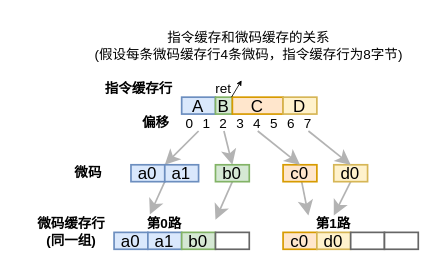
The draw.io diagram image/IC-to-UC.drawio in jensen-yan/yanyue_essay, before the edit. Source tidied: cells renumbered, new cells numbered last; positions are measured from the earlier drawing's top-left corner, leaving out a move shared by most shapes. Both pictures are drawn from the tidied source at 169%, with x=0, y=0 at pixel (29, 29).
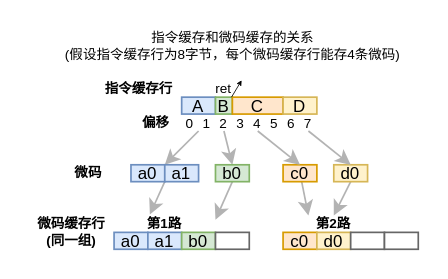
After the change.

Diff of the diagram source:
```diff
@@
-    <mxCell id="42" value="&lt;b&gt;第0路&lt;br&gt;&lt;/b&gt;" style="text;html=1;strokeColor=none;fillColor=none;align=center;verticalAlign=middle;whiteSpace=wrap;rounded=0;fontSize=8;" parent="1" vertex="1">
+    <mxCell id="42" value="&lt;b&gt;第1路&lt;br&gt;&lt;/b&gt;" style="text;html=1;strokeColor=none;fillColor=none;align=center;verticalAlign=middle;whiteSpace=wrap;rounded=0;fontSize=8;" parent="1" vertex="1">
       <mxGeometry x="50" y="110" width="60" height="10" as="geometry" />
     </mxCell>
-    <mxCell id="43" value="&lt;b&gt;第1路&lt;br&gt;&lt;/b&gt;" style="text;html=1;strokeColor=none;fillColor=none;align=center;verticalAlign=middle;whiteSpace=wrap;rounded=0;fontSize=8;" parent="1" vertex="1">
+    <mxCell id="43" value="&lt;b&gt;第2路&lt;br&gt;&lt;/b&gt;" style="text;html=1;strokeColor=none;fillColor=none;align=center;verticalAlign=middle;whiteSpace=wrap;rounded=0;fontSize=8;" parent="1" vertex="1">
       <mxGeometry x="150" y="110" width="60" height="10" as="geometry" />
     </mxCell>
-    <mxCell id="44" value="指令缓存和微码缓存的关系&lt;br&gt;(假设每条微码缓存行4条微码，指令缓存行为8字节)" style="text;html=1;strokeColor=none;fillColor=none;align=center;verticalAlign=middle;whiteSpace=wrap;rounded=0;dashed=1;fontSize=8;" parent="1" vertex="1">
-      <mxGeometry x="35" width="190" height="20" as="geometry" />
+    <mxCell id="44" value="指令缓存和微码缓存的关系&lt;br&gt;(假设指令缓存行为8字节，每个微码缓存行能存4条微码)" style="text;html=1;strokeColor=none;fillColor=none;align=center;verticalAlign=middle;whiteSpace=wrap;rounded=0;dashed=1;fontSize=8;" parent="1" vertex="1">
+      <mxGeometry x="12.5" width="215" height="20" as="geometry" />
     </mxCell>
```
